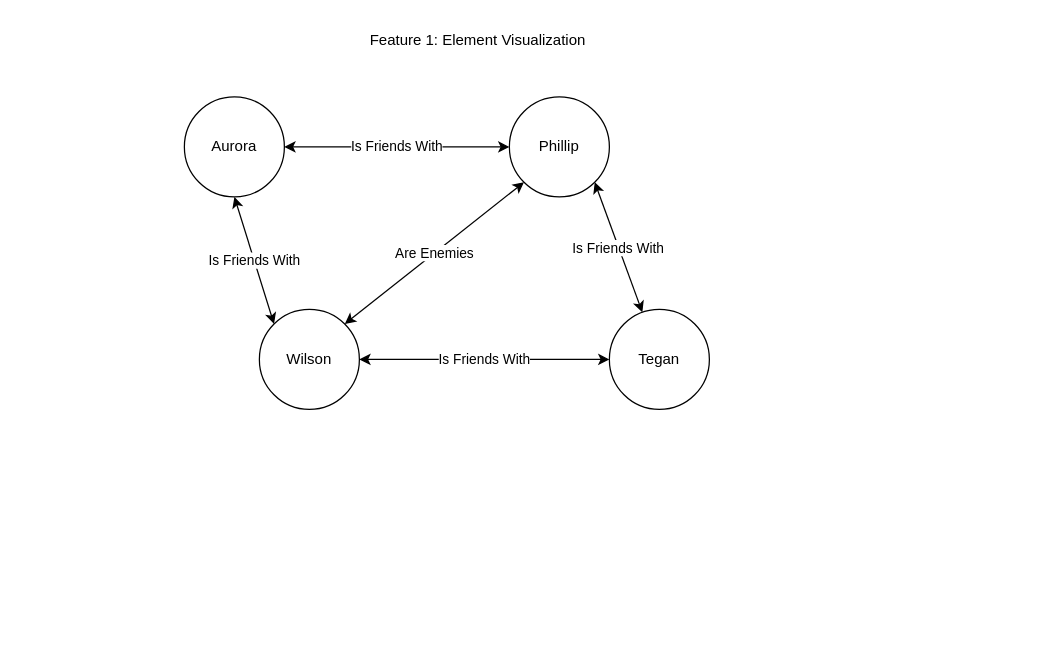
Earlier version of the draw.io diagram Design.drawio (aurorakynkor/StoryGraph). Source tidied: cells renumbered, new cells numbered last; positions are measured from the earlier drawing's top-left corner, leaving out a move shared by most shapes. Both pictures are drawn from the tidied source at 125%, with x=0, y=0 at pixel (21, 21).
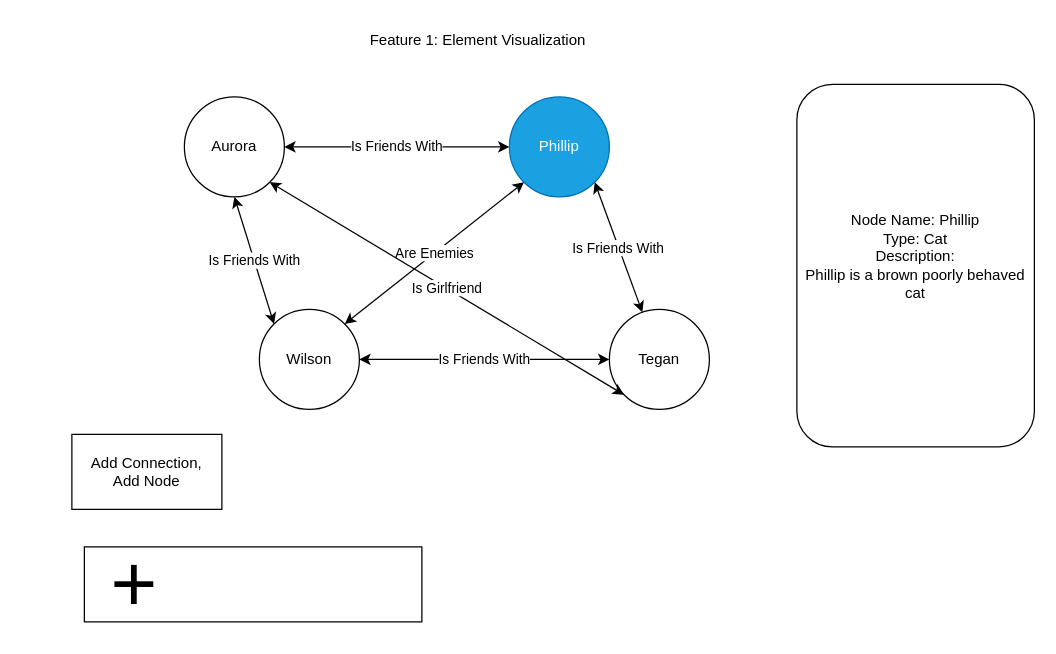
Above is the later version.

Diff of the diagram source:
```diff
@@
 <mxGraphModel>
   <root>
     <mxCell id="0" />
     <mxCell id="1" parent="0" />
     <mxCell id="2" value="Feature 1: Element Visualization" style="text;strokeColor=none;align=center;fillColor=none;html=1;verticalAlign=middle;whiteSpace=wrap;rounded=0;" parent="1" vertex="1">
       <mxGeometry width="730" height="30" as="geometry" />
     </mxCell>
     <mxCell id="3" value="Aurora" style="ellipse;whiteSpace=wrap;html=1;" parent="1" vertex="1">
       <mxGeometry x="130" y="60" width="80" height="80" as="geometry" />
     </mxCell>
     <mxCell id="4" value="Wilson" style="ellipse;whiteSpace=wrap;html=1;" parent="1" vertex="1">
       <mxGeometry x="190" y="230" width="80" height="80" as="geometry" />
     </mxCell>
-    <mxCell id="5" value="Phillip" style="ellipse;whiteSpace=wrap;html=1;" parent="1" vertex="1">
+    <mxCell id="5" value="Phillip" style="ellipse;whiteSpace=wrap;html=1;fillColor=#1ba1e2;fontColor=#ffffff;strokeColor=#006EAF;" parent="1" vertex="1">
       <mxGeometry x="390" y="60" width="80" height="80" as="geometry" />
     </mxCell>
     <mxCell id="6" value="Is Friends With" style="endArrow=classic;startArrow=classic;html=1;rounded=0;exitX=1;exitY=0.5;exitDx=0;exitDy=0;" parent="1" edge="1" source="3" target="5">
       <mxGeometry relative="1" as="geometry" />
     </mxCell>
     <mxCell id="7" value="Is Friends With" style="endArrow=classic;startArrow=classic;html=1;rounded=0;exitX=0.5;exitY=1;exitDx=0;exitDy=0;entryX=0;entryY=0;entryDx=0;entryDy=0;" parent="1" edge="1" source="3" target="4">
       <mxGeometry relative="1" as="geometry" />
     </mxCell>
     <mxCell id="8" value="&lt;div&gt;Are Enemies&lt;/div&gt;" style="endArrow=classic;startArrow=classic;html=1;rounded=0;exitX=1;exitY=0;exitDx=0;exitDy=0;entryX=0;entryY=1;entryDx=0;entryDy=0;" parent="1" edge="1" source="4" target="5">
       <mxGeometry relative="1" as="geometry" />
     </mxCell>
     <mxCell id="9" value="&lt;div&gt;Tegan&lt;/div&gt;" style="ellipse;whiteSpace=wrap;html=1;" parent="1" vertex="1">
       <mxGeometry x="470" y="230" width="80" height="80" as="geometry" />
     </mxCell>
     <mxCell id="10" value="Is Friends With" style="endArrow=classic;startArrow=classic;html=1;rounded=0;exitX=1;exitY=0.5;exitDx=0;exitDy=0;entryX=0;entryY=0.5;entryDx=0;entryDy=0;" parent="1" edge="1" source="4" target="9">
       <mxGeometry relative="1" as="geometry" />
     </mxCell>
     <mxCell id="11" value="&lt;div&gt;Is Friends With&lt;/div&gt;" style="endArrow=classic;startArrow=classic;html=1;rounded=0;entryX=1;entryY=1;entryDx=0;entryDy=0;" parent="1" edge="1" source="9" target="5">
       <mxGeometry relative="1" as="geometry" />
     </mxCell>
+    <mxCell id="12" value="&lt;div&gt;Is Girlfriend &lt;br&gt;&lt;/div&gt;" style="endArrow=classic;startArrow=classic;html=1;rounded=0;exitX=1;exitY=1;exitDx=0;exitDy=0;entryX=0;entryY=1;entryDx=0;entryDy=0;" parent="1" edge="1" source="3" target="9">
+      <mxGeometry relative="1" as="geometry" />
+    </mxCell>
+    <mxCell id="13" style="rounded=0;whiteSpace=wrap;html=1;" parent="1" vertex="1">
+      <mxGeometry x="50" y="420" width="270" height="60" as="geometry" />
+    </mxCell>
+    <mxCell id="14" value="+" style="text;html=1;strokeColor=none;fillColor=none;align=center;verticalAlign=middle;whiteSpace=wrap;rounded=0;fontSize=64;" parent="1" vertex="1">
+      <mxGeometry x="60" y="435" width="60" height="30" as="geometry" />
+    </mxCell>
+    <mxCell id="15" value="&lt;div&gt;Add Connection,&lt;/div&gt;&lt;div&gt;Add Node&lt;br&gt;&lt;/div&gt;" style="rounded=0;whiteSpace=wrap;html=1;" parent="1" vertex="1">
+      <mxGeometry x="40" y="330" width="120" height="60" as="geometry" />
+    </mxCell>
+    <mxCell id="16" value="Node Name: Phillip&lt;br&gt;Type: Cat&lt;br&gt;Description:&lt;br&gt;Phillip is a brown poorly behaved cat&lt;br&gt;&lt;br&gt;" style="rounded=1;whiteSpace=wrap;html=1;" parent="1" vertex="1">
+      <mxGeometry x="620" y="50" width="190" height="290" as="geometry" />
+    </mxCell>
   </root>
 </mxGraphModel>
```
